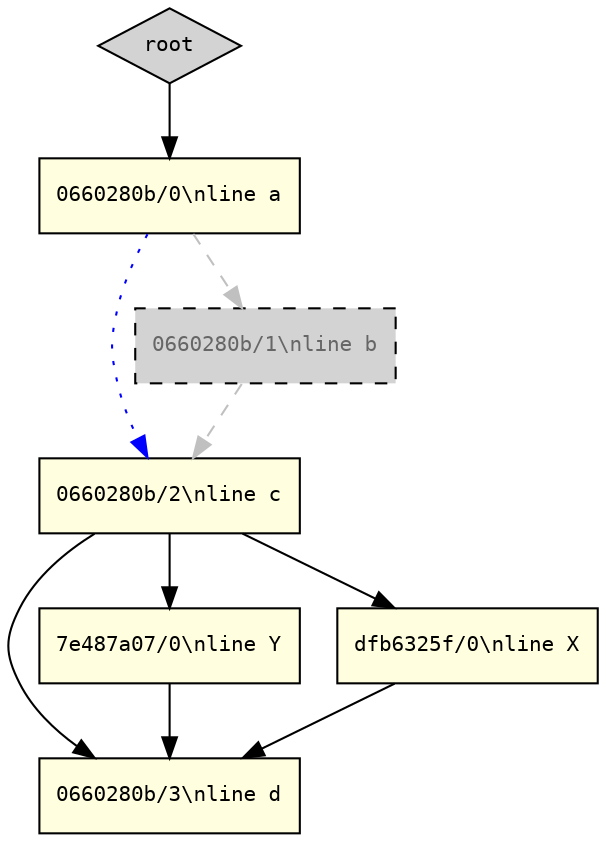
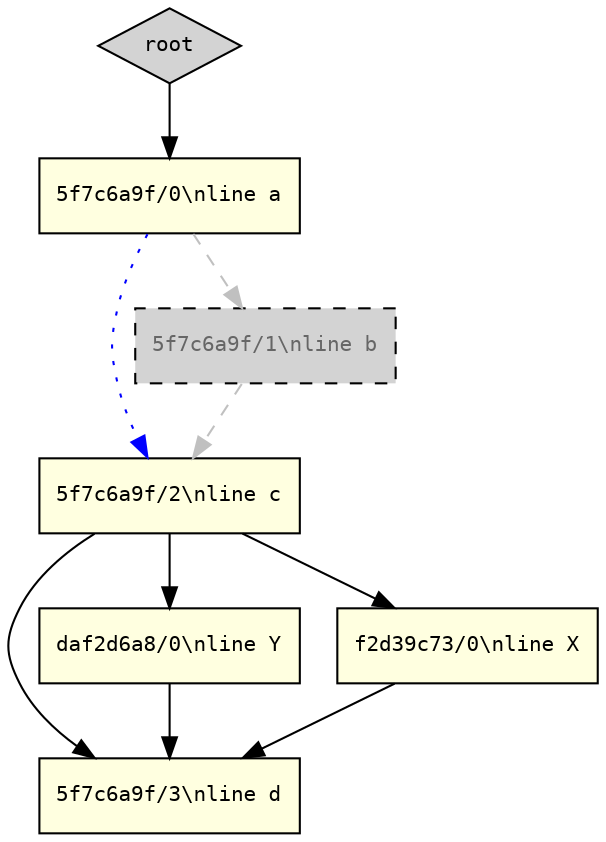
digraph graggle {
  rankdir=TB;
  node [fontname="monospace", fontsize=10];
  edge [fontname="monospace", fontsize=8];

  root [label="root", shape=diamond, style=filled, fillcolor=lightgrey];
-   n_0660280bb1582b29_0 [label="0660280b/0\\nline a", shape=box, style=filled, fillcolor=lightyellow];
-   n_0660280bb1582b29_2 [label="0660280b/2\\nline c", shape=box, style=filled, fillcolor=lightyellow];
-   n_0660280bb1582b29_3 [label="0660280b/3\\nline d", shape=box, style=filled, fillcolor=lightyellow];
-   n_7e487a07c5179d57_0 [label="7e487a07/0\\nline Y", shape=box, style=filled, fillcolor=lightyellow];
-   n_dfb6325ff6607e59_0 [label="dfb6325f/0\\nline X", shape=box, style=filled, fillcolor=lightyellow];
-   n_0660280bb1582b29_1 [label="0660280b/1\\nline b", shape=box, style="dashed,filled", fillcolor=lightgrey, fontcolor=grey40];
+   n_5f7c6a9f4944f10f_0 [label="5f7c6a9f/0\\nline a", shape=box, style=filled, fillcolor=lightyellow];
+   n_5f7c6a9f4944f10f_2 [label="5f7c6a9f/2\\nline c", shape=box, style=filled, fillcolor=lightyellow];
+   n_5f7c6a9f4944f10f_3 [label="5f7c6a9f/3\\nline d", shape=box, style=filled, fillcolor=lightyellow];
+   n_daf2d6a88e63227b_0 [label="daf2d6a8/0\\nline Y", shape=box, style=filled, fillcolor=lightyellow];
+   n_f2d39c7393d7a98e_0 [label="f2d39c73/0\\nline X", shape=box, style=filled, fillcolor=lightyellow];
+   n_5f7c6a9f4944f10f_1 [label="5f7c6a9f/1\\nline b", shape=box, style="dashed,filled", fillcolor=lightgrey, fontcolor=grey40];

-   root -> n_0660280bb1582b29_0 [style=solid, color=black];
-   n_0660280bb1582b29_0 -> n_0660280bb1582b29_1 [style=dashed, color=grey];
-   n_0660280bb1582b29_0 -> n_0660280bb1582b29_2 [style=dotted, color=blue];
-   n_0660280bb1582b29_1 -> n_0660280bb1582b29_2 [style=dashed, color=grey];
-   n_0660280bb1582b29_2 -> n_0660280bb1582b29_3 [style=solid, color=black];
-   n_0660280bb1582b29_2 -> n_dfb6325ff6607e59_0 [style=solid, color=black];
-   n_0660280bb1582b29_2 -> n_7e487a07c5179d57_0 [style=solid, color=black];
-   n_7e487a07c5179d57_0 -> n_0660280bb1582b29_3 [style=solid, color=black];
-   n_dfb6325ff6607e59_0 -> n_0660280bb1582b29_3 [style=solid, color=black];
+   root -> n_5f7c6a9f4944f10f_0 [style=solid, color=black];
+   n_5f7c6a9f4944f10f_0 -> n_5f7c6a9f4944f10f_1 [style=dashed, color=grey];
+   n_5f7c6a9f4944f10f_0 -> n_5f7c6a9f4944f10f_2 [style=dotted, color=blue];
+   n_5f7c6a9f4944f10f_1 -> n_5f7c6a9f4944f10f_2 [style=dashed, color=grey];
+   n_5f7c6a9f4944f10f_2 -> n_5f7c6a9f4944f10f_3 [style=solid, color=black];
+   n_5f7c6a9f4944f10f_2 -> n_f2d39c7393d7a98e_0 [style=solid, color=black];
+   n_5f7c6a9f4944f10f_2 -> n_daf2d6a88e63227b_0 [style=solid, color=black];
+   n_daf2d6a88e63227b_0 -> n_5f7c6a9f4944f10f_3 [style=solid, color=black];
+   n_f2d39c7393d7a98e_0 -> n_5f7c6a9f4944f10f_3 [style=solid, color=black];
}
